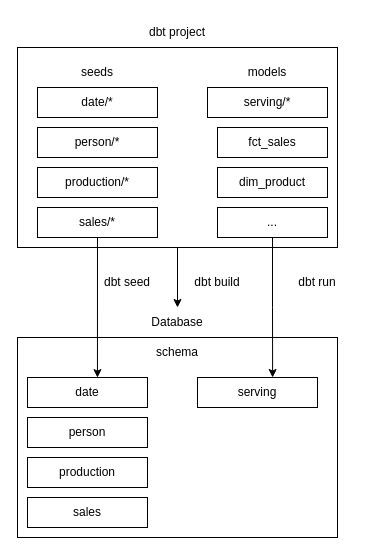
Data-Engineer-Camp/dbt-dimensional-modelling keeps this draw.io diagram as page "deployment" (3 of 7) of docs/dbt-dimensional-modelling.drawio. Above is the earlier version. Source tidied: cells renumbered, new cells numbered last; positions are measured from the earlier drawing's top-left corner, leaving out a move shared by most shapes. Both pictures are drawn from the tidied source at 100%, with x=0, y=0 at pixel (17, 17).
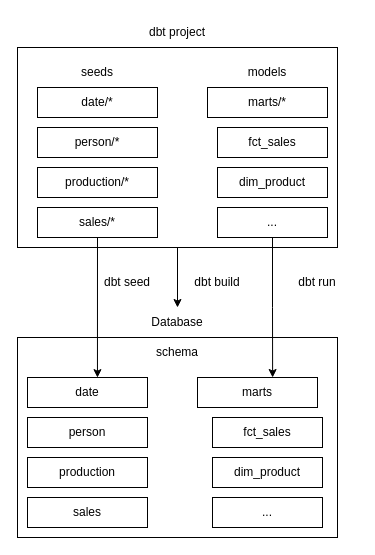
The same diagram, later.

What changed in the source:
```diff
@@
-    <mxCell id="14" value="serving/*" style="rounded=0;whiteSpace=wrap;html=1;" parent="1" vertex="1">
+    <mxCell id="14" value="marts/*" style="rounded=0;whiteSpace=wrap;html=1;" parent="1" vertex="1">
       <mxGeometry x="190" y="70" width="120" height="30" as="geometry" />
     </mxCell>
@@
-    <mxCell id="25" value="serving" style="rounded=0;whiteSpace=wrap;html=1;" parent="1" vertex="1">
+    <mxCell id="25" value="marts" style="rounded=0;whiteSpace=wrap;html=1;" parent="1" vertex="1">
       <mxGeometry x="180" y="360" width="120" height="30" as="geometry" />
     </mxCell>
@@
+    <mxCell id="28" value="fct_sales" style="rounded=0;whiteSpace=wrap;html=1;" parent="1" vertex="1">
+      <mxGeometry x="195" y="400" width="110" height="30" as="geometry" />
+    </mxCell>
+    <mxCell id="29" value="dim_product" style="rounded=0;whiteSpace=wrap;html=1;" parent="1" vertex="1">
+      <mxGeometry x="195" y="440" width="110" height="30" as="geometry" />
+    </mxCell>
+    <mxCell id="30" value="..." style="rounded=0;whiteSpace=wrap;html=1;" parent="1" vertex="1">
+      <mxGeometry x="195" y="480" width="110" height="30" as="geometry" />
+    </mxCell>
```
